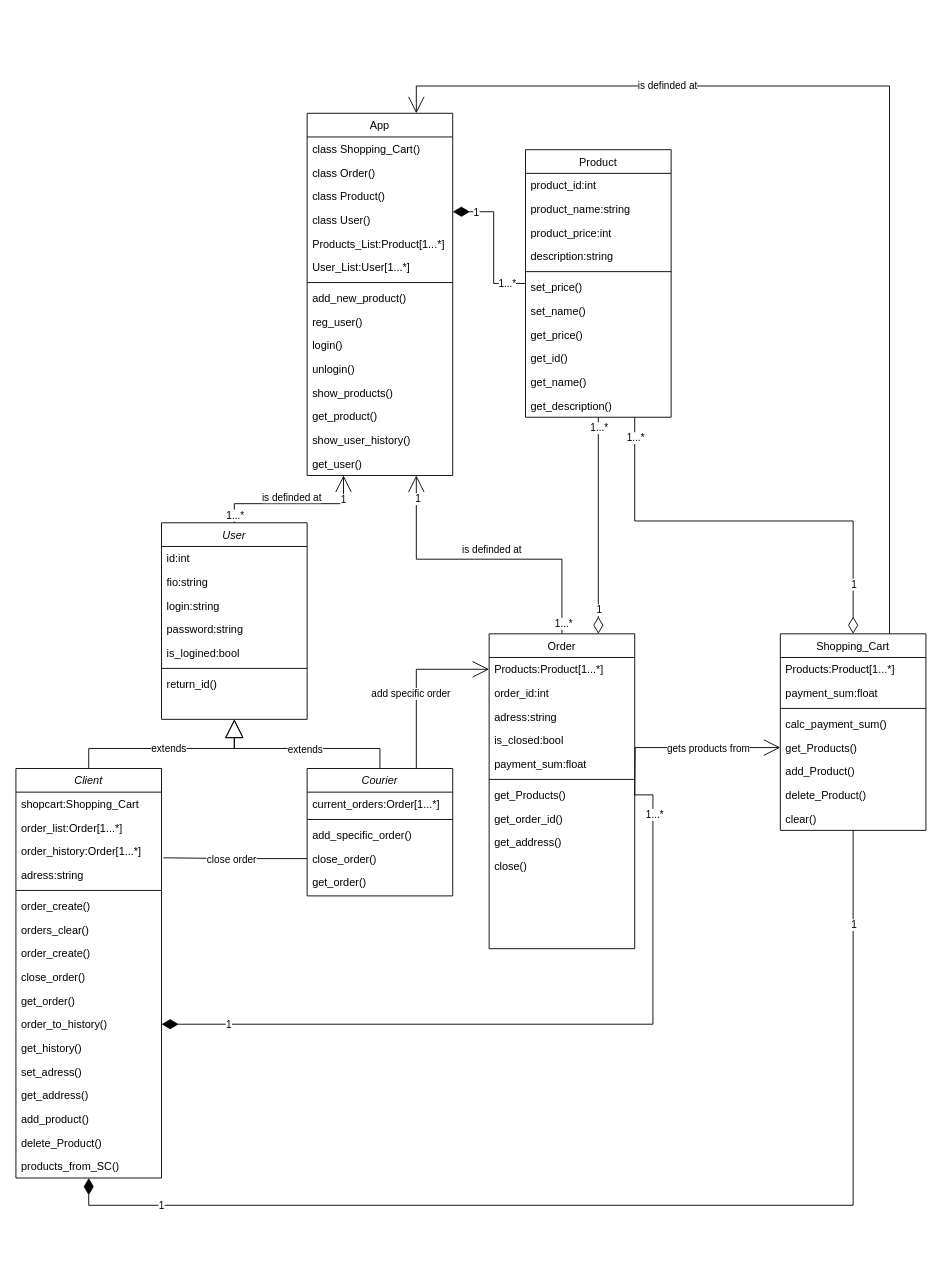
MstislavRomanovski/ProgramIngeneering keeps this draw.io diagram as class_diagram_delivery_service.drawio. Above is the earlier version. Source tidied: cells renumbered, new cells numbered last; positions are measured from the earlier drawing's top-left corner, leaving out a move shared by most shapes. Both pictures are drawn from the tidied source at 91%, with x=0, y=0 at pixel (15, 113).
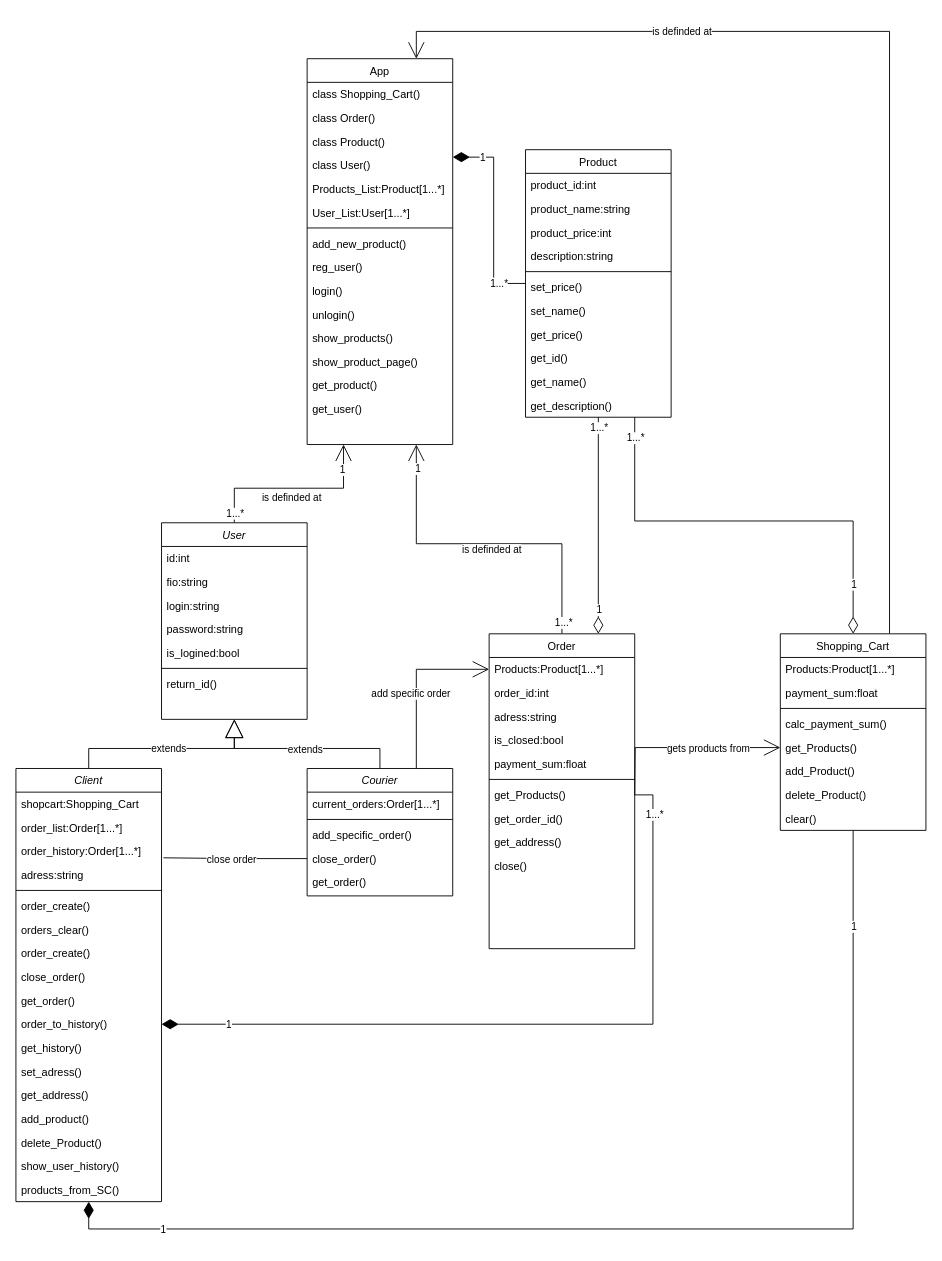
After the change.

What changed in the source:
```diff
@@
     <mxCell id="13" value="App" style="swimlane;fontStyle=0;align=center;verticalAlign=top;horizontal=1;startSize=26;rounded=0;shadow=0;strokeWidth=1;" parent="1" vertex="1">
-      <mxGeometry x="320" width="160" height="398" as="geometry" />
+      <mxGeometry x="320" y="-60" width="160" height="424" as="geometry" />
     </mxCell>
@@
+    <mxCell id="117" value="show_product_page()" style="text;align=left;verticalAlign=top;spacingLeft=4;spacingRight=4;overflow=hidden;" parent="13" vertex="1">
+      <mxGeometry y="320" width="160" height="26" as="geometry" />
+    </mxCell>
     <mxCell id="26" value="get_product()" style="text;align=left;verticalAlign=top;spacingLeft=4;spacingRight=4;overflow=hidden;" parent="13" vertex="1">
-      <mxGeometry y="320" width="160" height="26" as="geometry" />
+      <mxGeometry y="346" width="160" height="26" as="geometry" />
     </mxCell>
-    <mxCell id="27" value="show_user_history()" style="text;align=left;verticalAlign=top;spacingLeft=4;spacingRight=4;overflow=hidden;" parent="13" vertex="1">
-      <mxGeometry y="346" width="160" height="26" as="geometry" />
-    </mxCell>
@@
     <mxCell id="31" value="Client" style="swimlane;fontStyle=2;align=center;verticalAlign=top;horizontal=1;startSize=26;rounded=0;shadow=0;strokeWidth=1;" parent="1" vertex="1">
-      <mxGeometry y="720" width="160" height="450" as="geometry" />
+      <mxGeometry y="720" width="160" height="476" as="geometry" />
     </mxCell>
@@
+    <mxCell id="27" value="show_user_history()" style="text;align=left;verticalAlign=top;spacingLeft=4;spacingRight=4;overflow=hidden;" parent="31" vertex="1">
+      <mxGeometry y="424" width="160" height="26" as="geometry" />
+    </mxCell>
     <mxCell id="48" value="products_from_SC()" style="text;align=left;verticalAlign=top;spacingLeft=4;spacingRight=4;overflow=hidden;" parent="31" vertex="1">
-      <mxGeometry y="424" width="160" height="26" as="geometry" />
+      <mxGeometry y="450" width="160" height="26" as="geometry" />
     </mxCell>
```
